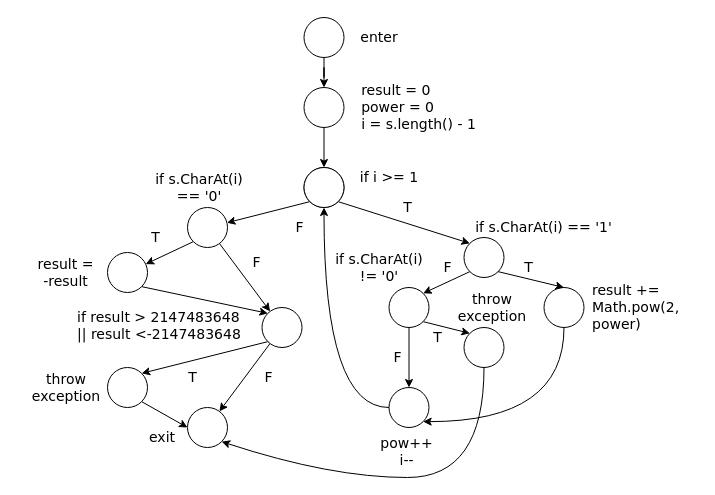
Earlier version of the draw.io diagram Assignment6.drawio (LI-YUXIN-Ryan-Garcia/CSCI3100Assignment). Source tidied: cells renumbered, new cells numbered last; positions are measured from the earlier drawing's top-left corner, leaving out a move shared by most shapes. Both pictures are drawn from the tidied source at 100%, with x=0, y=0 at pixel (17, 17).
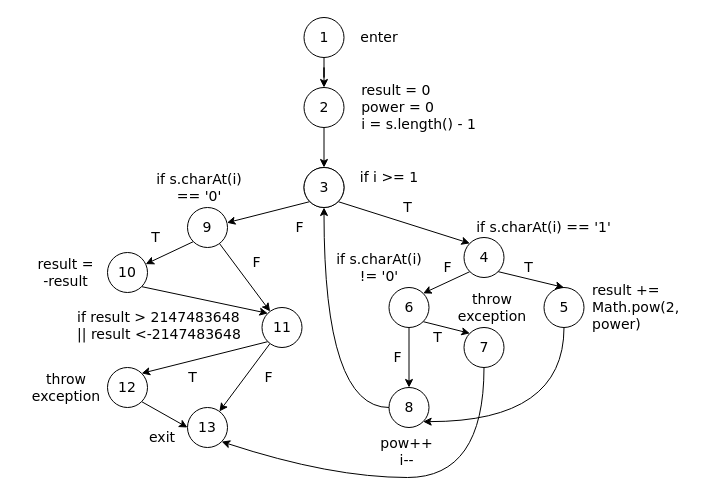
Above is the later version.

Change to the diagram source:
```diff
@@
-    <mxCell id="3" style="ellipse;whiteSpace=wrap;html=1;fontFamily=Verdana;fontSize=14;" parent="1" vertex="1">
+    <mxCell id="3" value="1" style="ellipse;whiteSpace=wrap;html=1;fontFamily=Verdana;fontSize=14;" parent="1" vertex="1">
       <mxGeometry x="286.5" width="40" height="40" as="geometry" />
     </mxCell>
@@
-    <mxCell id="5" style="ellipse;whiteSpace=wrap;html=1;fontFamily=Verdana;fontSize=14;" parent="1" vertex="1">
+    <mxCell id="5" value="2" style="ellipse;whiteSpace=wrap;html=1;fontFamily=Verdana;fontSize=14;" parent="1" vertex="1">
       <mxGeometry x="286.5" y="70" width="40" height="40" as="geometry" />
     </mxCell>
@@
-    <mxCell id="8" style="ellipse;whiteSpace=wrap;html=1;fontFamily=Verdana;fontSize=14;" parent="1" vertex="1">
+    <mxCell id="8" value="4" style="ellipse;whiteSpace=wrap;html=1;fontFamily=Verdana;fontSize=14;" parent="1" vertex="1">
       <mxGeometry x="446.5" y="220" width="40" height="40" as="geometry" />
     </mxCell>
@@
-    <mxCell id="11" style="ellipse;whiteSpace=wrap;html=1;fontFamily=Verdana;fontSize=14;" parent="1" vertex="1">
+    <mxCell id="11" value="6" style="ellipse;whiteSpace=wrap;html=1;fontFamily=Verdana;fontSize=14;" parent="1" vertex="1">
       <mxGeometry x="371.5" y="270" width="40" height="40" as="geometry" />
     </mxCell>
@@
-    <mxCell id="14" style="ellipse;whiteSpace=wrap;html=1;fontFamily=Verdana;fontSize=14;" parent="1" vertex="1">
+    <mxCell id="14" value="3" style="ellipse;whiteSpace=wrap;html=1;fontFamily=Verdana;fontSize=14;" parent="1" vertex="1">
       <mxGeometry x="286.5" y="150" width="40" height="40" as="geometry" />
     </mxCell>
@@
-    <mxCell id="16" style="ellipse;whiteSpace=wrap;html=1;fontFamily=Verdana;fontSize=14;" parent="1" vertex="1">
+    <mxCell id="16" value="5" style="ellipse;whiteSpace=wrap;html=1;fontFamily=Verdana;fontSize=14;" parent="1" vertex="1">
       <mxGeometry x="526.5" y="270" width="40" height="40" as="geometry" />
     </mxCell>
-    <mxCell id="17" style="ellipse;whiteSpace=wrap;html=1;fontFamily=Verdana;fontSize=14;" parent="1" vertex="1">
+    <mxCell id="17" value="7" style="ellipse;whiteSpace=wrap;html=1;fontFamily=Verdana;fontSize=14;" parent="1" vertex="1">
       <mxGeometry x="446.5" y="310" width="40" height="40" as="geometry" />
     </mxCell>
@@
-    <mxCell id="20" style="ellipse;whiteSpace=wrap;html=1;fontFamily=Verdana;fontSize=14;" parent="1" vertex="1">
+    <mxCell id="20" value="9" style="ellipse;whiteSpace=wrap;html=1;fontFamily=Verdana;fontSize=14;" parent="1" vertex="1">
       <mxGeometry x="170" y="190" width="40" height="40" as="geometry" />
     </mxCell>
@@
-    <mxCell id="23" style="ellipse;whiteSpace=wrap;html=1;fontFamily=Verdana;fontSize=14;" parent="1" vertex="1">
+    <mxCell id="23" value="11" style="ellipse;whiteSpace=wrap;html=1;fontFamily=Verdana;fontSize=14;" parent="1" vertex="1">
       <mxGeometry x="244.5" y="290" width="40" height="40" as="geometry" />
     </mxCell>
-    <mxCell id="24" style="ellipse;whiteSpace=wrap;html=1;fontFamily=Verdana;fontSize=14;" parent="1" vertex="1">
+    <mxCell id="24" value="13" style="ellipse;whiteSpace=wrap;html=1;fontFamily=Verdana;fontSize=14;" parent="1" vertex="1">
       <mxGeometry x="170" y="390" width="40" height="40" as="geometry" />
     </mxCell>
@@
-    <mxCell id="26" style="ellipse;whiteSpace=wrap;html=1;fontFamily=Verdana;fontSize=14;" parent="1" vertex="1">
+    <mxCell id="26" value="10" style="ellipse;whiteSpace=wrap;html=1;fontFamily=Verdana;fontSize=14;" parent="1" vertex="1">
       <mxGeometry x="90" y="235" width="40" height="40" as="geometry" />
     </mxCell>
@@
-    <mxCell id="28" style="ellipse;whiteSpace=wrap;html=1;fontFamily=Verdana;fontSize=14;" parent="1" vertex="1">
+    <mxCell id="28" value="12" style="ellipse;whiteSpace=wrap;html=1;fontFamily=Verdana;fontSize=14;" parent="1" vertex="1">
       <mxGeometry x="90" y="350" width="40" height="40" as="geometry" />
     </mxCell>
@@
-    <mxCell id="32" value="if s.CharAt(i) == '1'" style="text;html=1;strokeColor=none;fillColor=none;align=center;verticalAlign=middle;whiteSpace=wrap;rounded=0;fontFamily=Verdana;fontSize=14;" parent="1" vertex="1">
+    <mxCell id="32" value="if s.charAt(i) == '1'" style="text;html=1;strokeColor=none;fillColor=none;align=center;verticalAlign=middle;whiteSpace=wrap;rounded=0;fontFamily=Verdana;fontSize=14;" parent="1" vertex="1">
       <mxGeometry x="439" y="200" width="175" height="20" as="geometry" />
     </mxCell>
@@
-    <mxCell id="35" value="if s.CharAt(i) != '0'" style="text;html=1;strokeColor=none;fillColor=none;align=center;verticalAlign=middle;whiteSpace=wrap;rounded=0;fontFamily=Verdana;fontSize=14;" parent="1" vertex="1">
+    <mxCell id="35" value="if s.charAt(i) != '0'" style="text;html=1;strokeColor=none;fillColor=none;align=center;verticalAlign=middle;whiteSpace=wrap;rounded=0;fontFamily=Verdana;fontSize=14;" parent="1" vertex="1">
       <mxGeometry x="311.5" y="240" width="100" height="20" as="geometry" />
     </mxCell>
@@
-    <mxCell id="38" style="ellipse;whiteSpace=wrap;html=1;fontFamily=Verdana;fontSize=14;" parent="1" vertex="1">
+    <mxCell id="38" value="8" style="ellipse;whiteSpace=wrap;html=1;fontFamily=Verdana;fontSize=14;" parent="1" vertex="1">
       <mxGeometry x="371.5" y="370" width="40" height="40" as="geometry" />
     </mxCell>
-    <mxCell id="39" value="if s.CharAt(i) == '0'" style="text;html=1;strokeColor=none;fillColor=none;align=center;verticalAlign=middle;whiteSpace=wrap;rounded=0;fontFamily=Verdana;fontSize=14;" parent="1" vertex="1">
+    <mxCell id="39" value="if s.charAt(i) == '0'" style="text;html=1;strokeColor=none;fillColor=none;align=center;verticalAlign=middle;whiteSpace=wrap;rounded=0;fontFamily=Verdana;fontSize=14;" parent="1" vertex="1">
       <mxGeometry x="127" y="160" width="110" height="20" as="geometry" />
     </mxCell>
```
